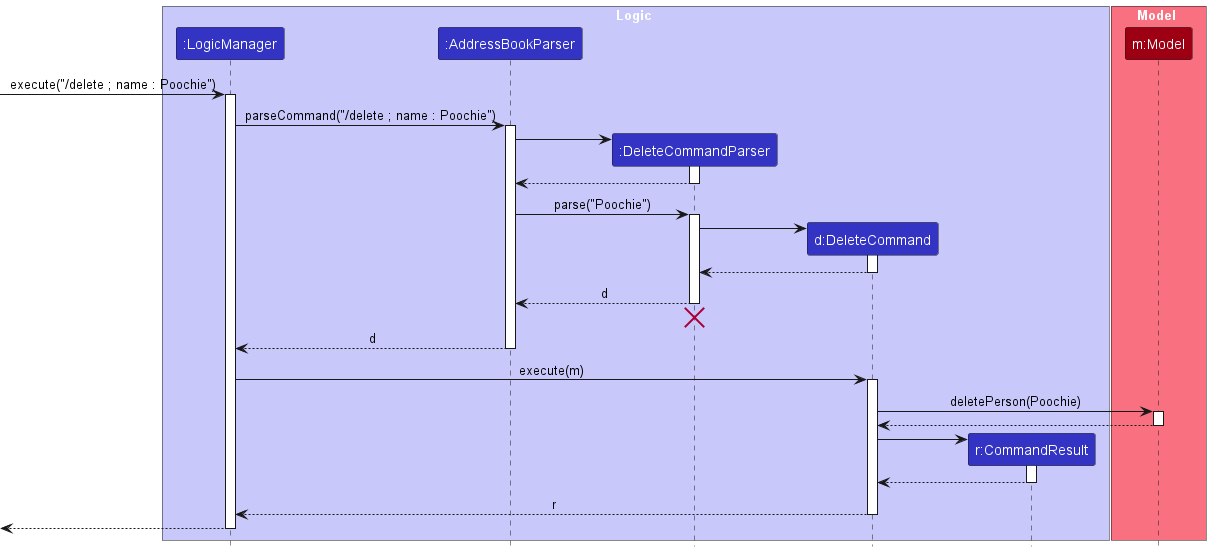
yleeyilin/tp keeps this PlantUML diagram as docs/images/DeleteSequenceDiagram.png. Above is the earlier version.
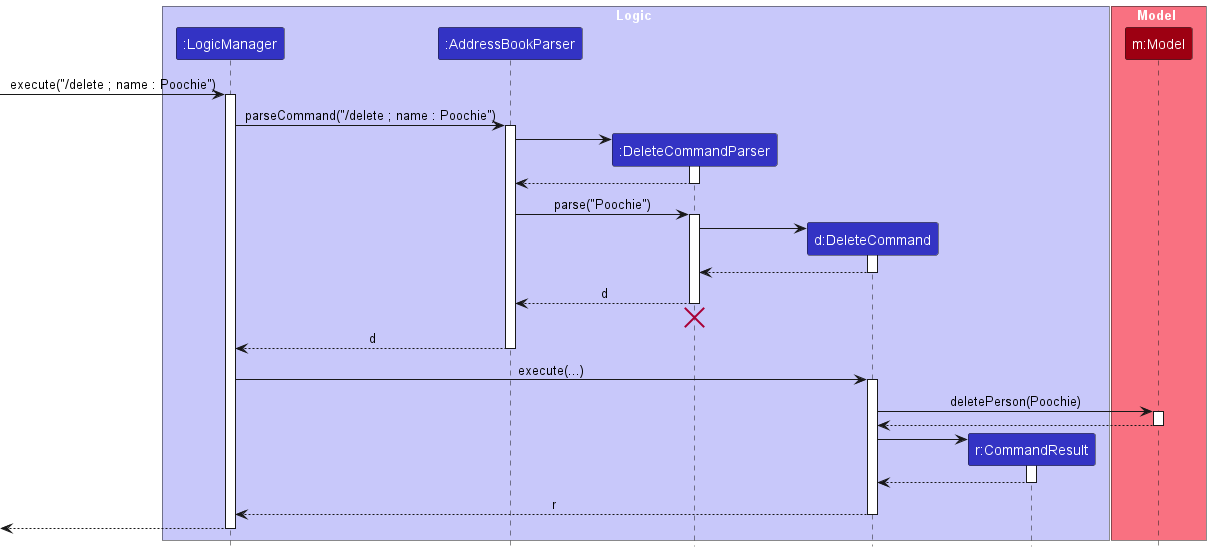
Later version of the same file.

The edit, as a diff of the source:
```diff
@@ -45,7 +45,7 @@
 AddressBookParser --> LogicManager : d
 deactivate AddressBookParser
 
-LogicManager -> DeleteCommand : execute(m)
+LogicManager -> DeleteCommand : execute(...)
 activate DeleteCommand
 
 DeleteCommand -> Model : deletePerson(Poochie)
```
